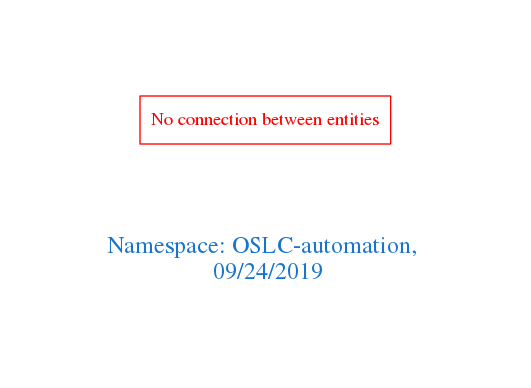
arago/OGIT keeps this Graphviz diagram as downloads/OSLC-automation.png. Above is the earlier version. Its source is kept beside it as downloads/OSLC-automation.dot.
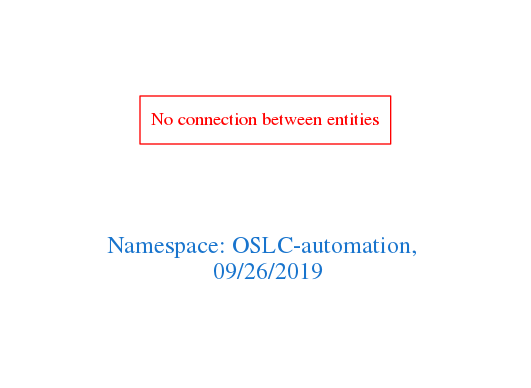
The same diagram one commit later.

Change to the diagram source:
```diff
@@ -1,7 +1,7 @@
 digraph OGIT_ontology {
  graph [ rankdir= LR,pad=1
 fontsize = 18,
-fontcolor= dodgerblue3,label = "\n\n\nNamespace: OSLC-automation, \n 09/24/2019"];
+fontcolor= dodgerblue3,label = "\n\n\nNamespace: OSLC-automation, \n 09/26/2019"];
 node[shape=polygon];
 edge [  color="gray81"];
 
```
